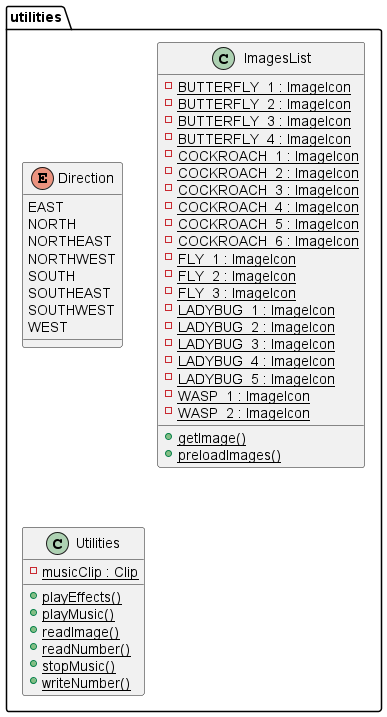
This is UML/utilities.png from lcintini/JFlySwatter, a PlantUML export, as it was before one commit. The source it was exported from:
```plantuml
@startuml


  namespace utilities {
      enum Direction {
        EAST
        NORTH
        NORTHEAST
        NORTHWEST
        SOUTH
        SOUTHEAST
        SOUTHWEST
        WEST
      }
    }


  namespace utilities {
      class utilities.ImagesList {
          {static} - BUTTERFLY_1 : ImageIcon
          {static} - BUTTERFLY_2 : ImageIcon
          {static} - BUTTERFLY_3 : ImageIcon
          {static} - BUTTERFLY_4 : ImageIcon
          {static} - COCKROACH_1 : ImageIcon
          {static} - COCKROACH_2 : ImageIcon
          {static} - COCKROACH_3 : ImageIcon
          {static} - COCKROACH_4 : ImageIcon
          {static} - COCKROACH_5 : ImageIcon
          {static} - COCKROACH_6 : ImageIcon
          {static} - FLY_1 : ImageIcon
          {static} - FLY_2 : ImageIcon
          {static} - FLY_3 : ImageIcon
          {static} - LADYBUG_1 : ImageIcon
          {static} - LADYBUG_2 : ImageIcon
          {static} - LADYBUG_3 : ImageIcon
          {static} - LADYBUG_4 : ImageIcon
          {static} - LADYBUG_5 : ImageIcon
          {static} - WASP_1 : ImageIcon
          {static} - WASP_2 : ImageIcon
          {static} + getImage()
          {static} + preloadImages()
      }
    }


  namespace utilities {
      class utilities.Utilities {
          {static} - musicClip : Clip
          {static} + playEffects()
          {static} + playMusic()
          {static} + readImage()
          {static} + readNumber()
          {static} + stopMusic()
          {static} + writeNumber()
      }
    }





@enduml
```
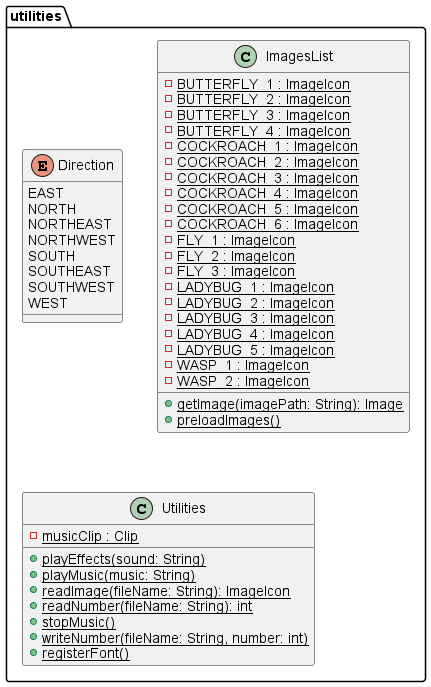
Later version of the same file.

What changed in the source:
```diff
@@ -1,5 +1,4 @@
 @startuml
-
 
   namespace utilities {
       enum Direction {
@@ -37,7 +36,7 @@
           {static} - LADYBUG_5 : ImageIcon
           {static} - WASP_1 : ImageIcon
           {static} - WASP_2 : ImageIcon
-          {static} + getImage()
+          {static} + getImage(imagePath: String): Image
           {static} + preloadImages()
       }
     }
@@ -46,17 +45,15 @@
   namespace utilities {
       class utilities.Utilities {
           {static} - musicClip : Clip
-          {static} + playEffects()
-          {static} + playMusic()
-          {static} + readImage()
-          {static} + readNumber()
+          {static} + playEffects(sound: String)
+          {static} + playMusic(music: String)
+          {static} + readImage(fileName: String): ImageIcon
+          {static} + readNumber(fileName: String): int
           {static} + stopMusic()
-          {static} + writeNumber()
+          {static} + writeNumber(fileName: String, number: int)
+          {static} + registerFont()
       }
     }
 
 
-
-
-
 @enduml
```
